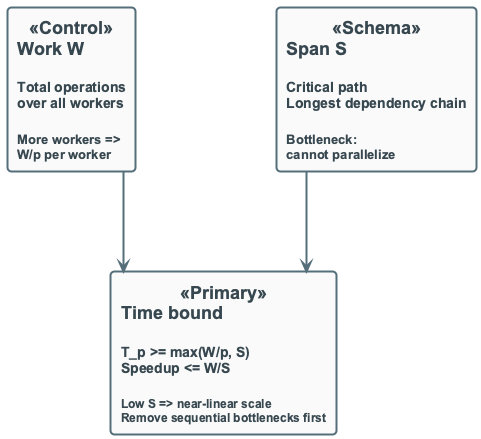
OrPerets/data-engineering-course keeps this PlantUML diagram as diagrams/week03/week3_work_span.png. Above is the earlier version.
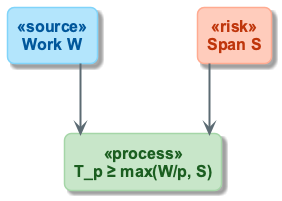
The same file after the commit.

What changed in the source:
```diff
@@ -1,12 +1,14 @@
 @startuml
 !include ../_template_styles.puml
+!include _week3_visual_style.puml
+
 top to bottom direction
+skinparam nodesep 100
+skinparam ranksep 70
 
-rectangle "**Work W**\n\n<size:14>Total operations</size>\n<size:14>over all workers</size>\n\n<size:13>More workers =></size>\n<size:13>W/p per worker</size>" as W <<Control>>
-
-rectangle "**Span S**\n\n<size:14>Critical path</size>\n<size:14>Longest dependency chain</size>\n\n<size:13>Bottleneck:</size>\n<size:13>cannot parallelize</size>" as S <<Schema>>
-
-rectangle "**Time bound**\n\n<size:14>T_p >= max(W/p, S)</size>\n<size:14>Speedup <= W/S</size>\n\n<size:12>Low S => near-linear scale</size>\n<size:12>Remove sequential bottlenecks first</size>" as BOUND <<Primary>>
+rectangle "Work W" as W <<source>>
+rectangle "Span S" as S <<risk>>
+rectangle "T_p ≥ max(W/p, S)" as BOUND <<process>>
 
 W -down-> BOUND
 S -down-> BOUND
```
